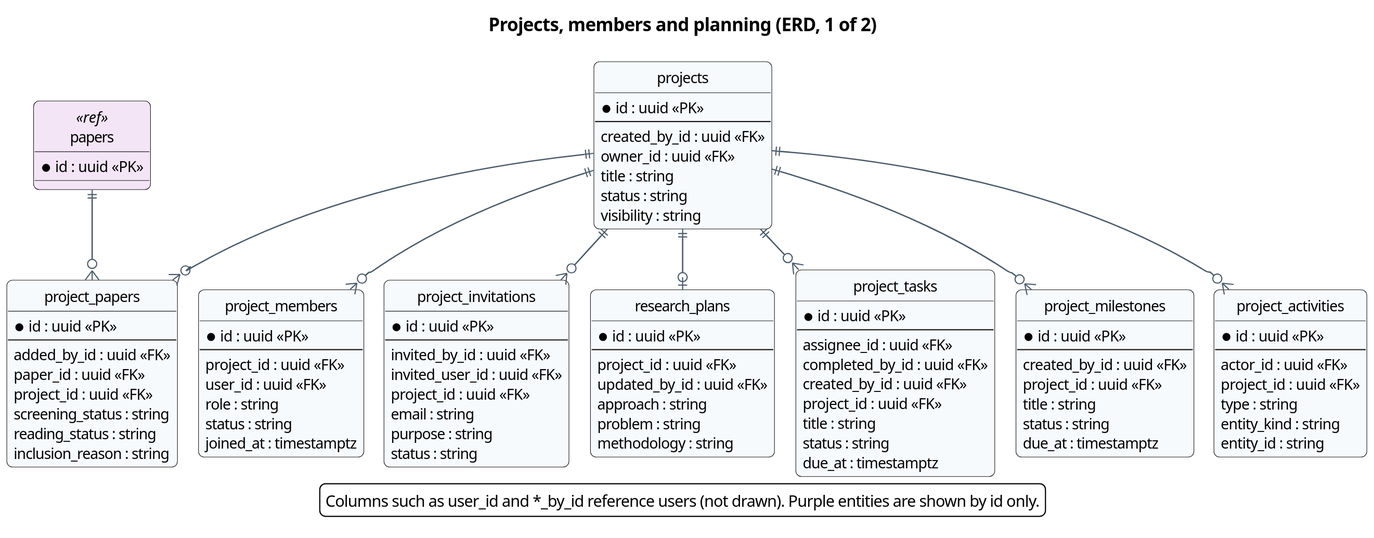
Earlier version of the PlantUML export docs/diagrams/report4/R4_ERD_projects_a.svg (Khoa-Hoa-Technology-Solution-Company/lumi-gap).
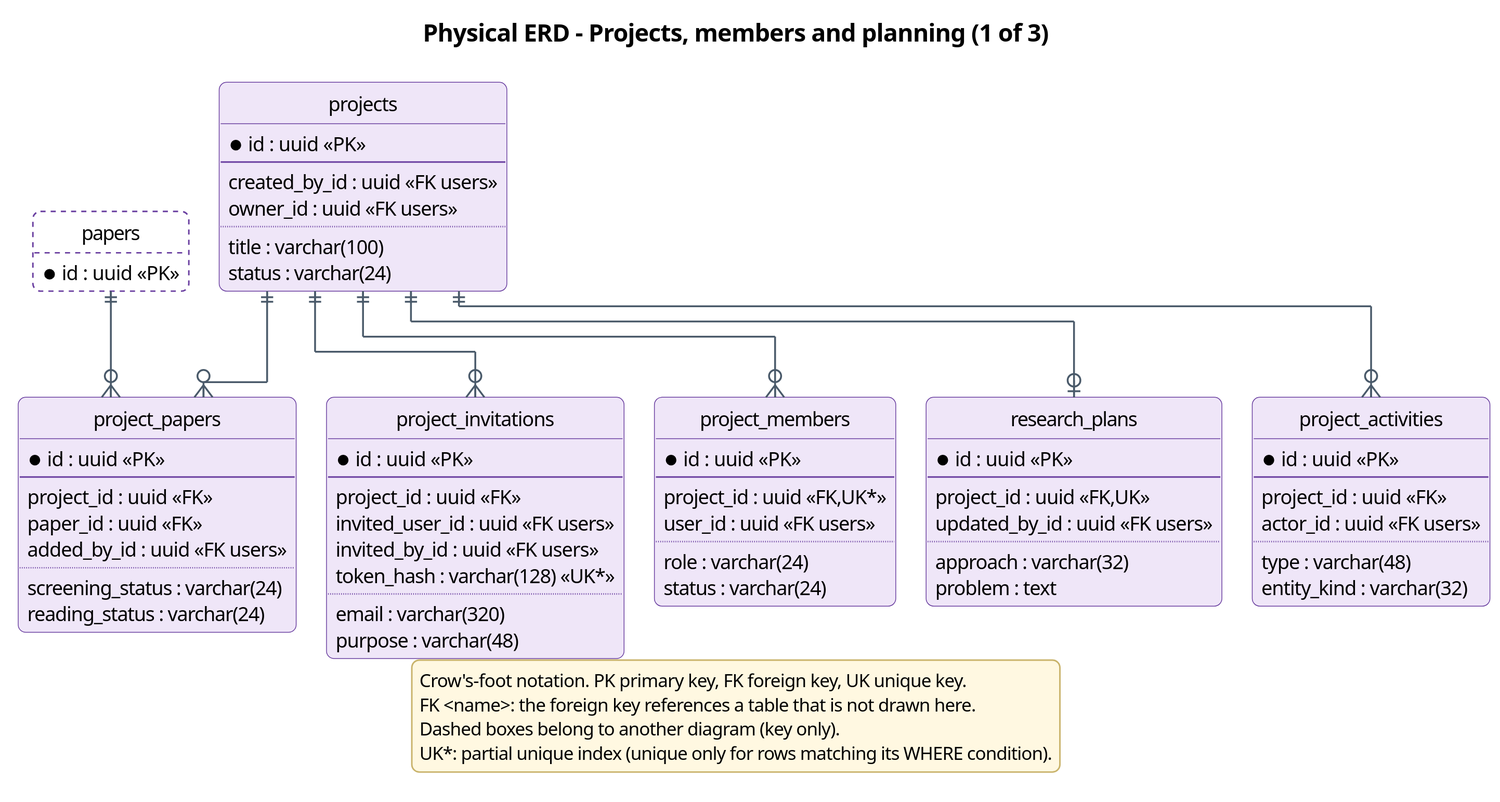
The same file after the commit.

What changed in the source:
```diff
@@ -1,115 +1,100 @@
 @startuml
-!pragma layout smetana
-skinparam dpi 150
+!pragma layout elk
+skinparam dpi 200
 skinparam defaultFontName "Segoe UI"
 skinparam defaultFontSize 13
 skinparam shadowing false
 skinparam roundCorner 10
+skinparam backgroundColor #FFFFFF
 skinparam ArrowColor #4A5A6A
 skinparam ArrowThickness 1.2
-skinparam BorderColor #2F6DB5
-skinparam BackgroundColor #FFFFFF
+skinparam ArrowFontSize 12
+skinparam ArrowFontColor #4A5A6A
 skinparam TitleFontSize 16
 skinparam TitleFontStyle bold
 skinparam entity {
-  BackgroundColor #F7FAFD
-  BorderColor #2F6DB5
+  BackgroundColor #EFE6F8
+  BorderColor #6A3FA0
 }
-skinparam entity<<ref>> {
-  BackgroundColor #F3E5F5
-  BorderColor #7B1FA2
+skinparam legend {
+  BackgroundColor #FFF8E1
+  BorderColor #C9B36B
+  FontSize 12
 }
-skinparam linetype ortho
+skinparam stereotypeFontSize 10
 hide circle
-title Projects, members and planning (ERD, 1 of 2)
-entity projects #F7FAFD {
+hide empty methods
+title Physical ERD - Projects, members and planning (1 of 3)
+entity projects #EFE6F8;line:6A3FA0 {
   * id : uuid <<PK>>
   --
-  created_by_id : uuid <<FK>>
-  owner_id : uuid <<FK>>
-  title : string
-  status : string
-  visibility : string
+  created_by_id : uuid <<FK users>>
+  owner_id : uuid <<FK users>>
+  ..
+  title : varchar(100)
+  status : varchar(24)
 }
-entity project_members #F7FAFD {
+entity project_members #EFE6F8;line:6A3FA0 {
+  * id : uuid <<PK>>
+  --
+  project_id : uuid <<FK,UK*>>
+  user_id : uuid <<FK users>>
+  ..
+  role : varchar(24)
+  status : varchar(24)
+}
+entity project_invitations #EFE6F8;line:6A3FA0 {
   * id : uuid <<PK>>
   --
   project_id : uuid <<FK>>
-  user_id : uuid <<FK>>
-  role : string
-  status : string
-  joined_at : timestamptz
+  invited_user_id : uuid <<FK users>>
+  invited_by_id : uuid <<FK users>>
+  token_hash : varchar(128) <<UK*>>
+  ..
+  email : varchar(320)
+  purpose : varchar(48)
 }
-entity project_invitations #F7FAFD {
-  * id : uuid <<PK>>
-  --
-  invited_by_id : uuid <<FK>>
-  invited_user_id : uuid <<FK>>
-  project_id : uuid <<FK>>
-  email : string
-  purpose : string
-  status : string
-}
-entity project_papers #F7FAFD {
-  * id : uuid <<PK>>
-  --
-  added_by_id : uuid <<FK>>
-  paper_id : uuid <<FK>>
-  project_id : uuid <<FK>>
-  screening_status : string
-  reading_status : string
-  inclusion_reason : string
-}
-entity research_plans #F7FAFD {
+entity project_papers #EFE6F8;line:6A3FA0 {
   * id : uuid <<PK>>
   --
   project_id : uuid <<FK>>
-  updated_by_id : uuid <<FK>>
-  approach : string
-  problem : string
-  methodology : string
+  paper_id : uuid <<FK>>
+  added_by_id : uuid <<FK users>>
+  ..
+  screening_status : varchar(24)
+  reading_status : varchar(24)
 }
-entity project_tasks #F7FAFD {
+entity research_plans #EFE6F8;line:6A3FA0 {
   * id : uuid <<PK>>
   --
-  assignee_id : uuid <<FK>>
-  completed_by_id : uuid <<FK>>
-  created_by_id : uuid <<FK>>
-  project_id : uuid <<FK>>
-  title : string
-  status : string
-  due_at : timestamptz
+  project_id : uuid <<FK,UK>>
+  updated_by_id : uuid <<FK users>>
+  ..
+  approach : varchar(32)
+  problem : text
 }
-entity project_milestones #F7FAFD {
+entity project_activities #EFE6F8;line:6A3FA0 {
   * id : uuid <<PK>>
   --
-  created_by_id : uuid <<FK>>
   project_id : uuid <<FK>>
-  title : string
-  status : string
-  due_at : timestamptz
+  actor_id : uuid <<FK users>>
+  ..
+  type : varchar(48)
+  entity_kind : varchar(32)
 }
-entity project_activities #F7FAFD {
-  * id : uuid <<PK>>
-  --
-  actor_id : uuid <<FK>>
-  project_id : uuid <<FK>>
-  type : string
-  entity_kind : string
-  entity_id : string
-}
-entity papers <<ref>> #F3E5F5 {
+entity papers #FFFFFF;line:6A3FA0;line.dashed {
   * id : uuid <<PK>>
 }
 papers ||--o{ project_papers
 projects ||--o{ project_activities
 projects ||--o{ project_invitations
 projects ||--o{ project_members
-projects ||--o{ project_milestones
 projects ||--o{ project_papers
-projects ||--o{ project_tasks
 projects ||--o| research_plans
 legend bottom
-Columns such as user_id and *_by_id reference users (not drawn). Purple entities are shown by id only.
+Crow's-foot notation. PK primary key, FK foreign key, UK unique key.
+FK <name>: the foreign key references a table that is not drawn here.
+Dashed boxes belong to another diagram (key only).
+UK*: partial unique index (unique only for rows matching its WHERE condition).
 endlegend
 @enduml
```
